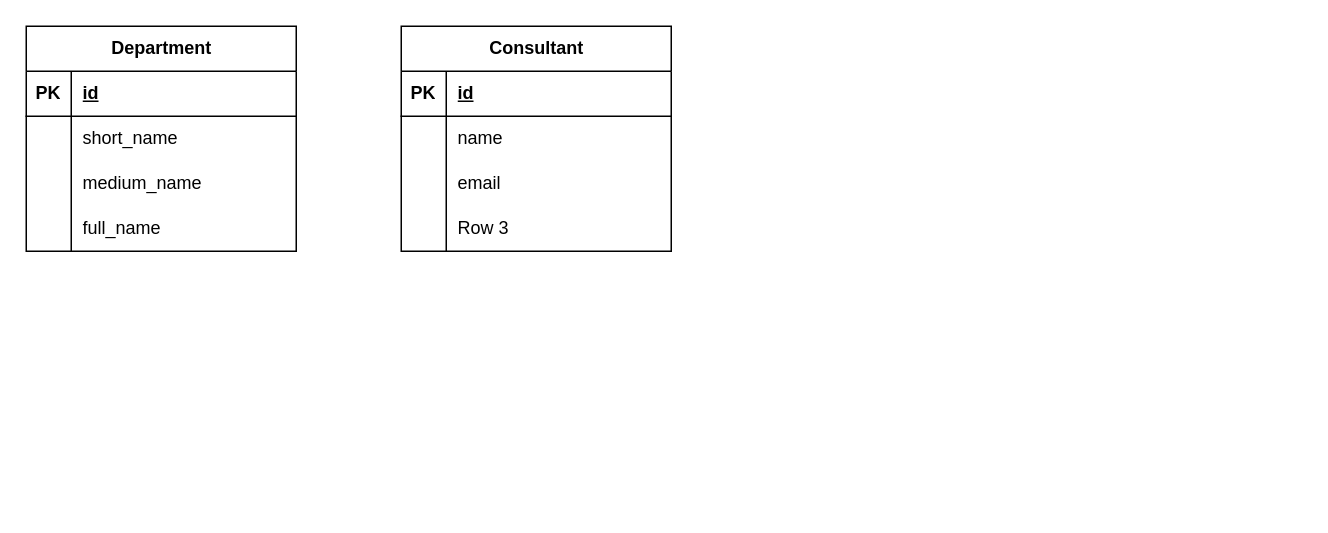
The draw.io diagram Untitled Diagram.drawio in drdrustidev-tech/laravelfullstack, before the edit. Source tidied: cells renumbered, new cells numbered last; positions are measured from the earlier drawing's top-left corner, leaving out a move shared by most shapes. Both pictures are drawn from the tidied source at 150%, with x=0, y=0 at pixel (26, 26).
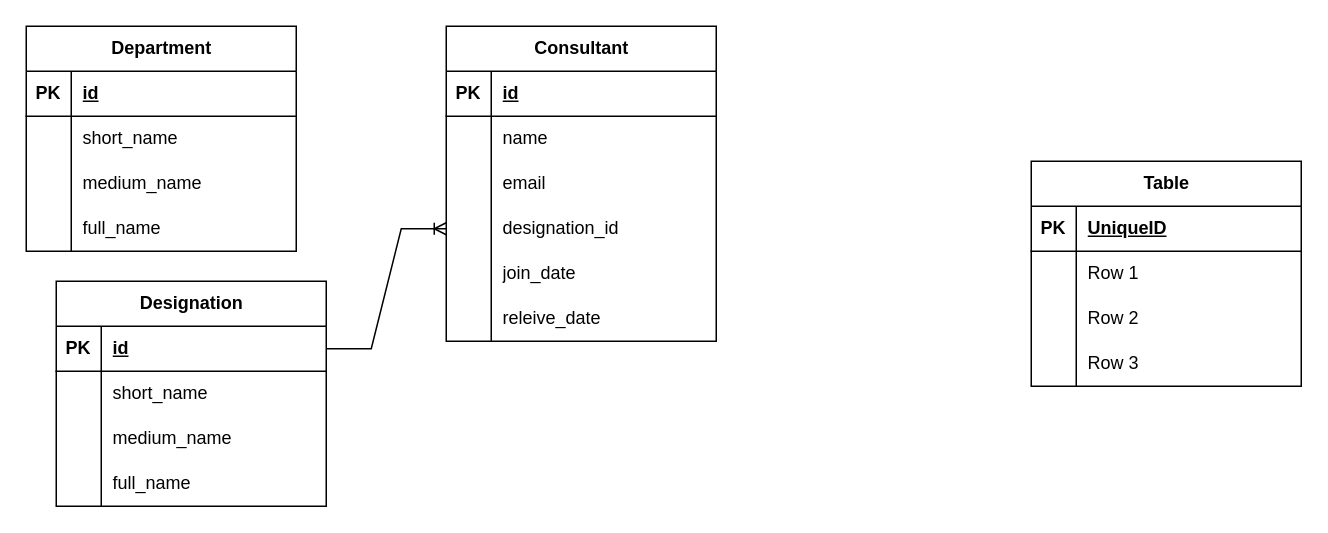
The same page after the edit.

Unchanged cells that the change refers to:
```xml
<mxCell id="25" style="shape=tableRow;horizontal=0;startSize=0;swimlaneHead=0;swimlaneBody=0;fillColor=none;points=[[0,0.5],[1,0.5]];portConstraint=eastwest;top=0;left=0;right=0;bottom=0;" parent="15" vertex="1">
  <mxGeometry y="120" width="180" height="30" as="geometry" />
</mxCell>
```

The edit, as a diff of the source:
```diff
@@
     <mxCell id="15" value="Consultant" style="shape=table;startSize=30;childLayout=tableLayout;rowLines=0;fontStyle=1;align=center;html=1;" parent="1" vertex="1">
-      <mxGeometry x="250" width="180" height="150" as="geometry" />
+      <mxGeometry x="280" width="180" height="210" as="geometry" />
     </mxCell>
@@
-    <mxCell id="27" value="Row 3" style="shape=partialRectangle;fillColor=none;top=0;left=0;bottom=0;right=0;align=left;spacingLeft=6;overflow=hidden;whiteSpace=wrap;html=1;" parent="25" vertex="1">
+    <mxCell id="27" value="designation_id" style="shape=partialRectangle;fillColor=none;top=0;left=0;bottom=0;right=0;align=left;spacingLeft=6;overflow=hidden;whiteSpace=wrap;html=1;" parent="25" vertex="1">
       <mxGeometry x="30" width="150" height="30" as="geometry" />
     </mxCell>
+    <mxCell id="28" style="shape=tableRow;horizontal=0;startSize=0;swimlaneHead=0;swimlaneBody=0;fillColor=none;top=0;left=0;right=0;bottom=0;" parent="15" vertex="1">
+      <mxGeometry y="150" width="180" height="30" as="geometry" />
+    </mxCell>
+    <mxCell id="29" style="shape=partialRectangle;fillColor=none;top=0;left=0;bottom=0;right=0;overflow=hidden;whiteSpace=wrap;html=1;" parent="28" vertex="1">
+      <mxGeometry width="30" height="30" as="geometry" />
+    </mxCell>
+    <mxCell id="30" value="join_date" style="shape=partialRectangle;fillColor=none;top=0;left=0;bottom=0;right=0;align=left;spacingLeft=6;overflow=hidden;whiteSpace=wrap;html=1;" parent="28" vertex="1">
+      <mxGeometry x="30" width="150" height="30" as="geometry" />
+    </mxCell>
+    <mxCell id="31" style="shape=tableRow;horizontal=0;startSize=0;swimlaneHead=0;swimlaneBody=0;fillColor=none;top=0;left=0;right=0;bottom=0;" parent="15" vertex="1">
+      <mxGeometry y="180" width="180" height="30" as="geometry" />
+    </mxCell>
+    <mxCell id="32" style="shape=partialRectangle;fillColor=none;top=0;left=0;bottom=0;right=0;overflow=hidden;whiteSpace=wrap;html=1;" parent="31" vertex="1">
+      <mxGeometry width="30" height="30" as="geometry" />
+    </mxCell>
+    <mxCell id="33" value="releive_date" style="shape=partialRectangle;fillColor=none;top=0;left=0;bottom=0;right=0;align=left;spacingLeft=6;overflow=hidden;whiteSpace=wrap;html=1;" parent="31" vertex="1">
+      <mxGeometry x="30" width="150" height="30" as="geometry" />
+    </mxCell>
+    <mxCell id="34" value="Table" style="shape=table;startSize=30;childLayout=tableLayout;rowLines=0;fontStyle=1;align=center;html=1;" parent="1" vertex="1">
+      <mxGeometry x="670" y="90" width="180" height="150" as="geometry" />
+    </mxCell>
+    <mxCell id="35" style="shape=tableRow;horizontal=0;startSize=0;swimlaneHead=0;swimlaneBody=0;fillColor=none;top=0;left=0;right=0;bottom=1;" parent="34" vertex="1">
+      <mxGeometry y="30" width="180" height="30" as="geometry" />
+    </mxCell>
+    <mxCell id="36" value="PK" style="shape=partialRectangle;fillColor=none;top=0;left=0;bottom=0;right=0;fontStyle=1;overflow=hidden;whiteSpace=wrap;html=1;" parent="35" vertex="1">
+      <mxGeometry width="30" height="30" as="geometry" />
+    </mxCell>
+    <mxCell id="37" value="UniqueID" style="shape=partialRectangle;fillColor=none;top=0;left=0;bottom=0;right=0;align=left;spacingLeft=6;fontStyle=5;overflow=hidden;whiteSpace=wrap;html=1;" parent="35" vertex="1">
+      <mxGeometry x="30" width="150" height="30" as="geometry" />
+    </mxCell>
+    <mxCell id="38" style="shape=tableRow;horizontal=0;startSize=0;swimlaneHead=0;swimlaneBody=0;fillColor=none;top=0;left=0;right=0;bottom=0;" parent="34" vertex="1">
+      <mxGeometry y="60" width="180" height="30" as="geometry" />
+    </mxCell>
+    <mxCell id="39" style="shape=partialRectangle;fillColor=none;top=0;left=0;bottom=0;right=0;overflow=hidden;whiteSpace=wrap;html=1;" parent="38" vertex="1">
+      <mxGeometry width="30" height="30" as="geometry" />
+    </mxCell>
+    <mxCell id="40" value="Row 1" style="shape=partialRectangle;fillColor=none;top=0;left=0;bottom=0;right=0;align=left;spacingLeft=6;overflow=hidden;whiteSpace=wrap;html=1;" parent="38" vertex="1">
+      <mxGeometry x="30" width="150" height="30" as="geometry" />
+    </mxCell>
+    <mxCell id="41" style="shape=tableRow;horizontal=0;startSize=0;swimlaneHead=0;swimlaneBody=0;fillColor=none;top=0;left=0;right=0;bottom=0;" parent="34" vertex="1">
+      <mxGeometry y="90" width="180" height="30" as="geometry" />
+    </mxCell>
+    <mxCell id="42" style="shape=partialRectangle;fillColor=none;top=0;left=0;bottom=0;right=0;overflow=hidden;whiteSpace=wrap;html=1;" parent="41" vertex="1">
+      <mxGeometry width="30" height="30" as="geometry" />
+    </mxCell>
+    <mxCell id="43" value="Row 2" style="shape=partialRectangle;fillColor=none;top=0;left=0;bottom=0;right=0;align=left;spacingLeft=6;overflow=hidden;whiteSpace=wrap;html=1;" parent="41" vertex="1">
+      <mxGeometry x="30" width="150" height="30" as="geometry" />
+    </mxCell>
+    <mxCell id="44" style="shape=tableRow;horizontal=0;startSize=0;swimlaneHead=0;swimlaneBody=0;fillColor=none;top=0;left=0;right=0;bottom=0;" parent="34" vertex="1">
+      <mxGeometry y="120" width="180" height="30" as="geometry" />
+    </mxCell>
+    <mxCell id="45" style="shape=partialRectangle;fillColor=none;top=0;left=0;bottom=0;right=0;overflow=hidden;whiteSpace=wrap;html=1;" parent="44" vertex="1">
+      <mxGeometry width="30" height="30" as="geometry" />
+    </mxCell>
+    <mxCell id="46" value="Row 3" style="shape=partialRectangle;fillColor=none;top=0;left=0;bottom=0;right=0;align=left;spacingLeft=6;overflow=hidden;whiteSpace=wrap;html=1;" parent="44" vertex="1">
+      <mxGeometry x="30" width="150" height="30" as="geometry" />
+    </mxCell>
+    <mxCell id="47" value="Designation" style="shape=table;startSize=30;childLayout=tableLayout;rowLines=0;fontStyle=1;align=center;html=1;" parent="1" vertex="1">
+      <mxGeometry x="20" y="170" width="180" height="150" as="geometry" />
+    </mxCell>
+    <mxCell id="48" style="shape=tableRow;horizontal=0;startSize=0;swimlaneHead=0;swimlaneBody=0;fillColor=none;points=[[0,0.5],[1,0.5]];portConstraint=eastwest;top=0;left=0;right=0;bottom=1;" parent="47" vertex="1">
+      <mxGeometry y="30" width="180" height="30" as="geometry" />
+    </mxCell>
+    <mxCell id="49" value="PK" style="shape=partialRectangle;fillColor=none;top=0;left=0;bottom=0;right=0;fontStyle=1;overflow=hidden;whiteSpace=wrap;html=1;" parent="48" vertex="1">
+      <mxGeometry width="30" height="30" as="geometry" />
+    </mxCell>
+    <mxCell id="50" value="id" style="shape=partialRectangle;fillColor=none;top=0;left=0;bottom=0;right=0;align=left;spacingLeft=6;fontStyle=5;overflow=hidden;whiteSpace=wrap;html=1;" parent="48" vertex="1">
+      <mxGeometry x="30" width="150" height="30" as="geometry" />
+    </mxCell>
+    <mxCell id="51" style="shape=tableRow;horizontal=0;startSize=0;swimlaneHead=0;swimlaneBody=0;fillColor=none;top=0;left=0;right=0;bottom=0;" parent="47" vertex="1">
+      <mxGeometry y="60" width="180" height="30" as="geometry" />
+    </mxCell>
+    <mxCell id="52" style="shape=partialRectangle;fillColor=none;top=0;left=0;bottom=0;right=0;overflow=hidden;whiteSpace=wrap;html=1;" parent="51" vertex="1">
+      <mxGeometry width="30" height="30" as="geometry" />
+    </mxCell>
+    <mxCell id="53" value="short_name" style="shape=partialRectangle;fillColor=none;top=0;left=0;bottom=0;right=0;align=left;spacingLeft=6;overflow=hidden;whiteSpace=wrap;html=1;" parent="51" vertex="1">
+      <mxGeometry x="30" width="150" height="30" as="geometry" />
+    </mxCell>
+    <mxCell id="54" style="shape=tableRow;horizontal=0;startSize=0;swimlaneHead=0;swimlaneBody=0;fillColor=none;top=0;left=0;right=0;bottom=0;" parent="47" vertex="1">
+      <mxGeometry y="90" width="180" height="30" as="geometry" />
+    </mxCell>
+    <mxCell id="55" style="shape=partialRectangle;fillColor=none;top=0;left=0;bottom=0;right=0;overflow=hidden;whiteSpace=wrap;html=1;" parent="54" vertex="1">
+      <mxGeometry width="30" height="30" as="geometry" />
+    </mxCell>
+    <mxCell id="56" value="medium_name" style="shape=partialRectangle;fillColor=none;top=0;left=0;bottom=0;right=0;align=left;spacingLeft=6;overflow=hidden;whiteSpace=wrap;html=1;" parent="54" vertex="1">
+      <mxGeometry x="30" width="150" height="30" as="geometry" />
+    </mxCell>
+    <mxCell id="57" style="shape=tableRow;horizontal=0;startSize=0;swimlaneHead=0;swimlaneBody=0;fillColor=none;top=0;left=0;right=0;bottom=0;" parent="47" vertex="1">
+      <mxGeometry y="120" width="180" height="30" as="geometry" />
+    </mxCell>
+    <mxCell id="58" style="shape=partialRectangle;fillColor=none;top=0;left=0;bottom=0;right=0;overflow=hidden;whiteSpace=wrap;html=1;" parent="57" vertex="1">
+      <mxGeometry width="30" height="30" as="geometry" />
+    </mxCell>
+    <mxCell id="59" value="full_name" style="shape=partialRectangle;fillColor=none;top=0;left=0;bottom=0;right=0;align=left;spacingLeft=6;overflow=hidden;whiteSpace=wrap;html=1;" parent="57" vertex="1">
+      <mxGeometry x="30" width="150" height="30" as="geometry" />
+    </mxCell>
+    <mxCell id="60" style="edgeStyle=entityRelationEdgeStyle;fontSize=12;html=1;endArrow=ERoneToMany;rounded=0;exitX=1;exitY=0.5;exitDx=0;exitDy=0;" parent="1" edge="1" source="48" target="25">
+      <mxGeometry relative="1" as="geometry" />
+    </mxCell>
```
